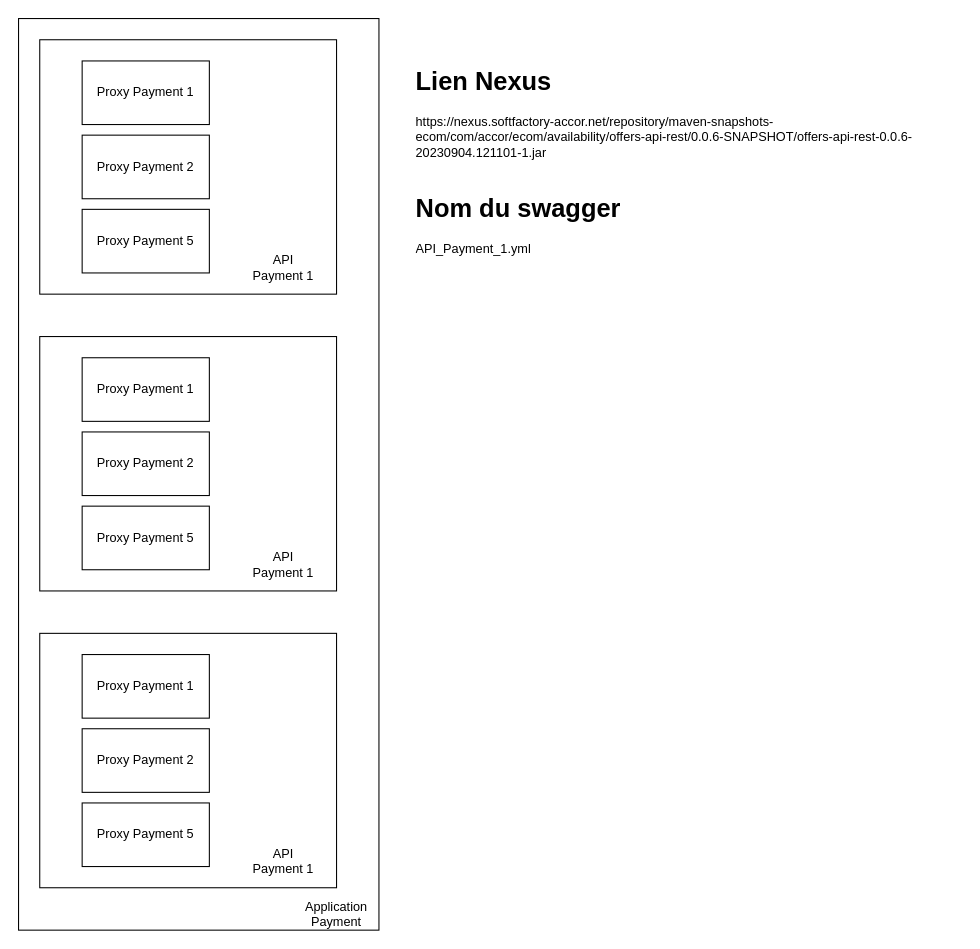
Earlier version of the draw.io diagram Payment.drawio (41M3/draw.io). Source tidied: cells renumbered, new cells numbered last; positions are measured from the earlier drawing's top-left corner, leaving out a move shared by most shapes. Both pictures are drawn from the tidied source at 106%, with x=0, y=0 at pixel (18, 18).
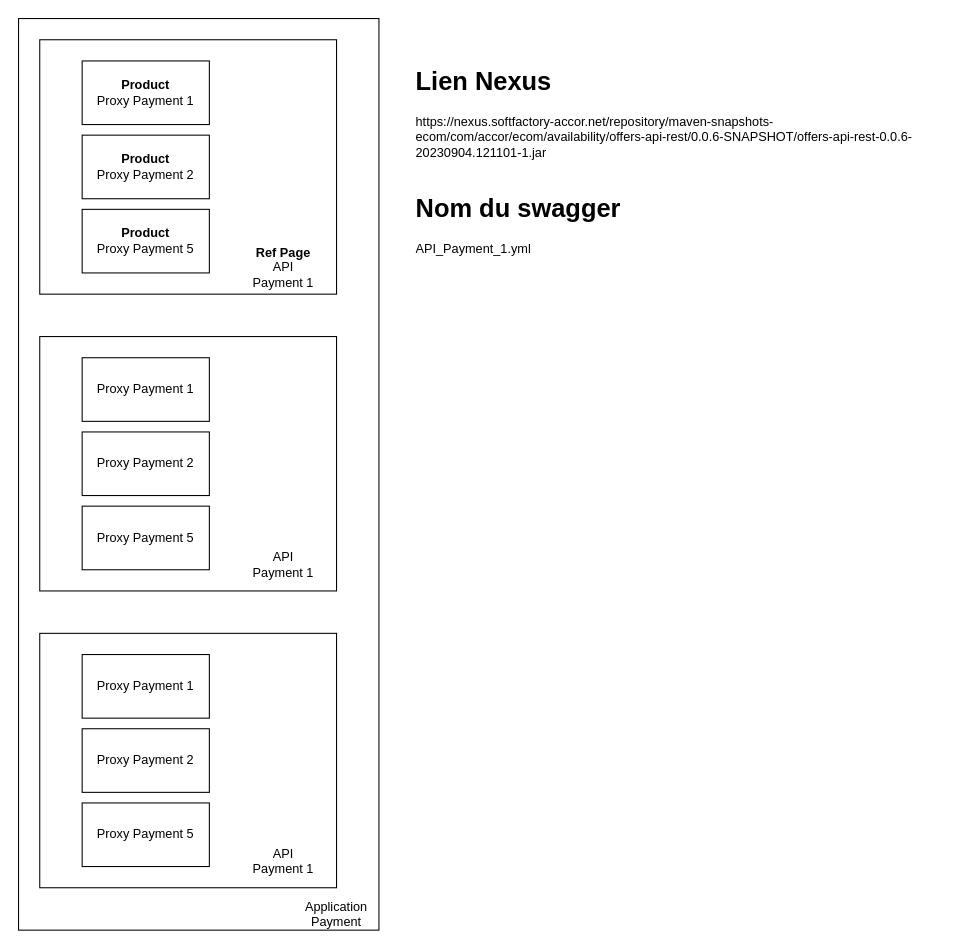
The same page after the edit.

Commit message:
Mettre à jour Payment.drawio

Change to the diagram source:
```diff
@@
-    <mxCell id="4" value="Proxy Payment 1" style="rounded=0;whiteSpace=wrap;html=1;" parent="1" vertex="1">
+    <mxCell id="4" value="&lt;b&gt;Product&lt;/b&gt;&lt;br&gt;Proxy Payment 1" style="rounded=0;whiteSpace=wrap;html=1;" parent="1" vertex="1">
       <mxGeometry x="60" y="40" width="120" height="60" as="geometry" />
     </mxCell>
-    <mxCell id="5" value="Proxy Payment 2" style="rounded=0;whiteSpace=wrap;html=1;" parent="1" vertex="1">
+    <mxCell id="5" value="&lt;b&gt;Product&lt;/b&gt;&lt;div&gt;Proxy Payment 2&lt;/div&gt;" style="rounded=0;whiteSpace=wrap;html=1;" parent="1" vertex="1">
       <mxGeometry x="60" y="110" width="120" height="60" as="geometry" />
     </mxCell>
-    <mxCell id="6" value="Proxy Payment 5" style="rounded=0;whiteSpace=wrap;html=1;" parent="1" vertex="1">
+    <mxCell id="6" value="&lt;b&gt;Product&lt;/b&gt;&lt;div&gt;Proxy Payment 5&lt;/div&gt;" style="rounded=0;whiteSpace=wrap;html=1;" parent="1" vertex="1">
       <mxGeometry x="60" y="180" width="120" height="60" as="geometry" />
     </mxCell>
-    <mxCell id="7" value="API Payment 1" style="text;html=1;align=center;verticalAlign=middle;whiteSpace=wrap;rounded=0;" parent="1" vertex="1">
+    <mxCell id="7" value="&lt;b&gt;Ref Page&lt;/b&gt;&lt;br&gt;API Payment 1" style="text;html=1;align=center;verticalAlign=middle;whiteSpace=wrap;rounded=0;" parent="1" vertex="1">
       <mxGeometry x="220" y="220" width="60" height="30" as="geometry" />
     </mxCell>
```
